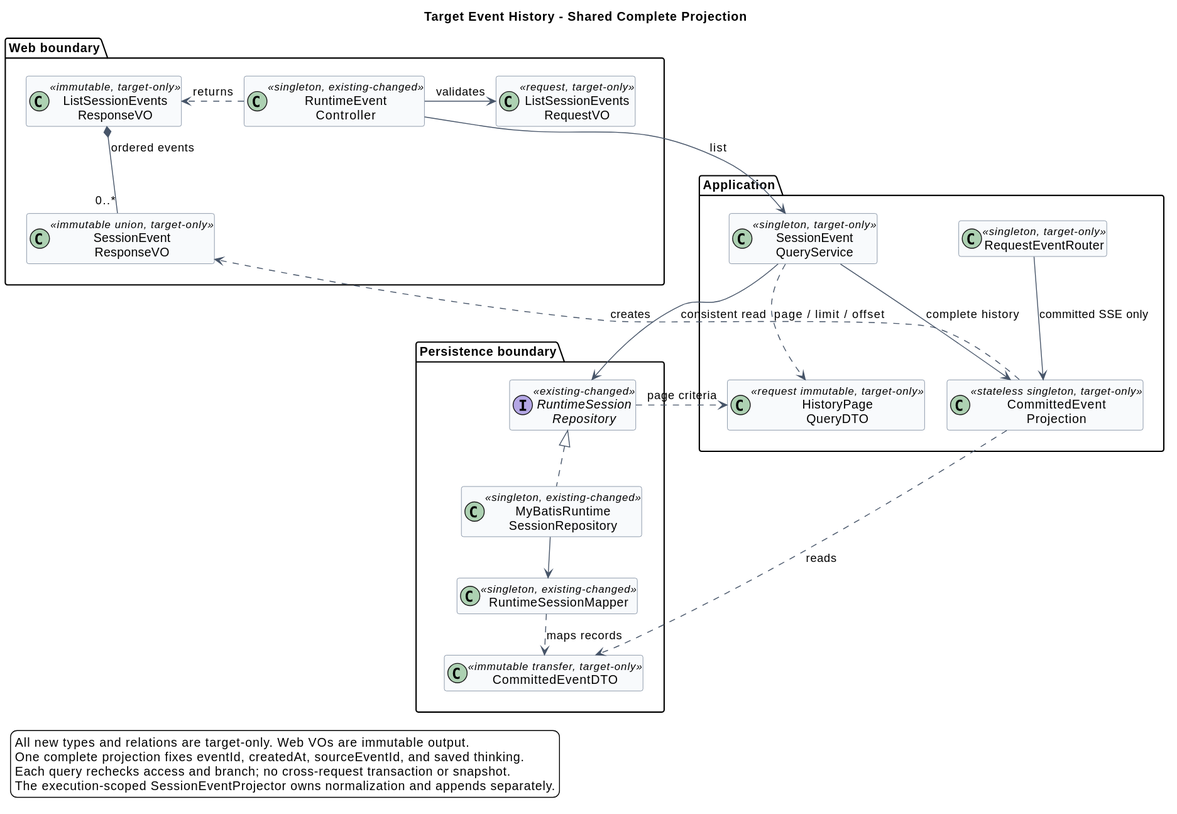
The PlantUML diagram 01-总体架构/01-CampusClaw多Agent运行时/设计图/事件历史查询/target_event_history_classes.svg in ssm0808/pi-mono-java-design, before a commit.
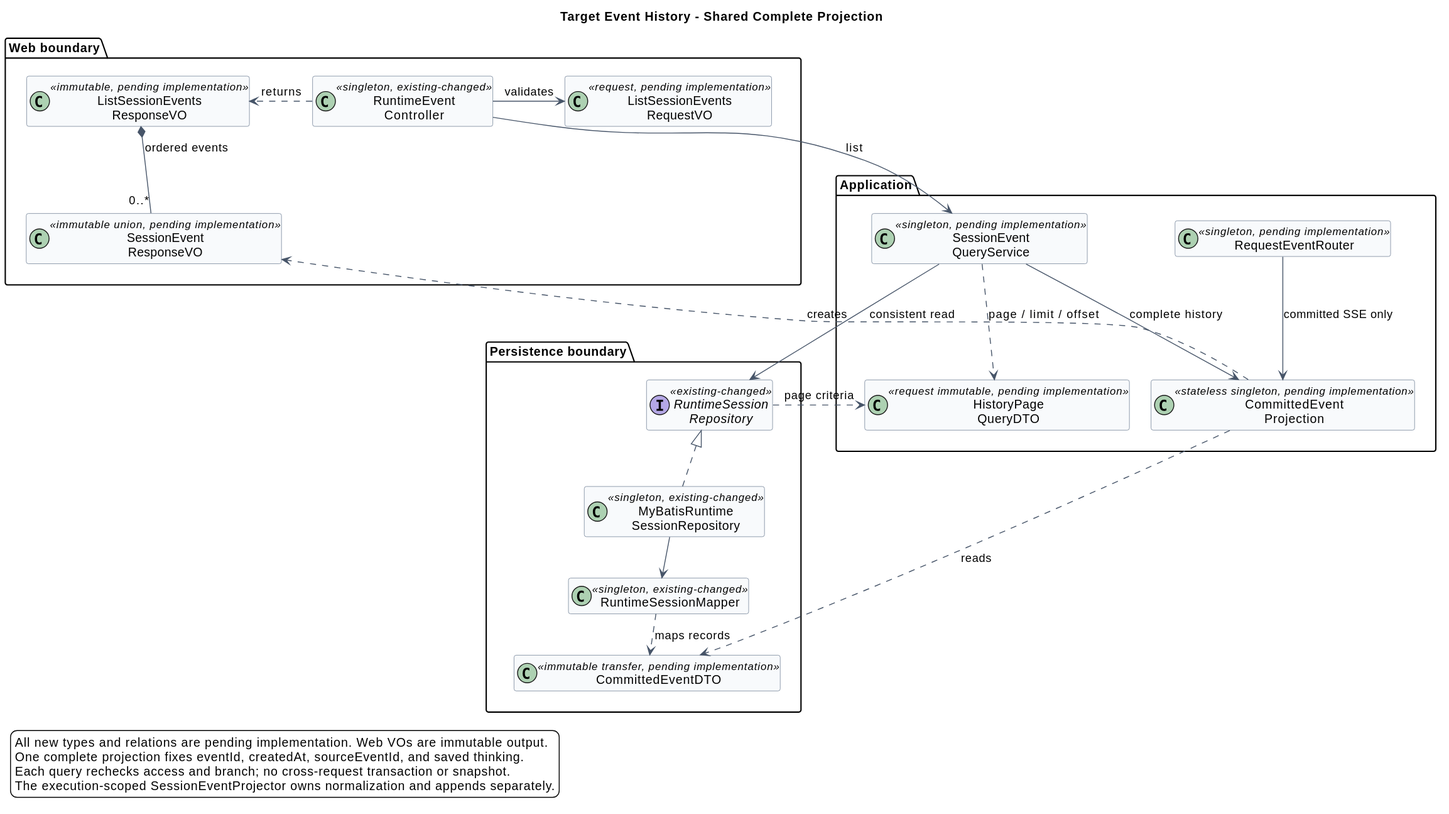
The same file after the commit.

Change to the diagram source:
```diff
@@ -14,20 +14,20 @@
 
 package "Web boundary" as WEB {
   class "RuntimeEvent\nController" as RuntimeEventController <<singleton, existing-changed>>
-  class "ListSessionEvents\nRequestVO" as ListSessionEventsRequestVO <<request, target-only>>
-  class "ListSessionEvents\nResponseVO" as ListSessionEventsResponseVO <<immutable, target-only>>
-  class "SessionEvent\nResponseVO" as SessionEventResponseVO <<immutable union, target-only>>
+  class "ListSessionEvents\nRequestVO" as ListSessionEventsRequestVO <<request, pending implementation>>
+  class "ListSessionEvents\nResponseVO" as ListSessionEventsResponseVO <<immutable, pending implementation>>
+  class "SessionEvent\nResponseVO" as SessionEventResponseVO <<immutable union, pending implementation>>
 }
 package "Application" as APP {
-  class "SessionEvent\nQueryService" as SessionEventQueryService <<singleton, target-only>>
-  class "HistoryPage\nQueryDTO" as HistoryPageQueryDTO <<request immutable, target-only>>
-  class "CommittedEvent\nProjection" as CommittedEventProjection <<stateless singleton, target-only>>
-  class RequestEventRouter <<singleton, target-only>>
+  class "SessionEvent\nQueryService" as SessionEventQueryService <<singleton, pending implementation>>
+  class "HistoryPage\nQueryDTO" as HistoryPageQueryDTO <<request immutable, pending implementation>>
+  class "CommittedEvent\nProjection" as CommittedEventProjection <<stateless singleton, pending implementation>>
+  class RequestEventRouter <<singleton, pending implementation>>
 }
 package "Persistence boundary" as DB {
   interface "RuntimeSession\nRepository" as RuntimeSessionRepository <<existing-changed>>
   class "MyBatisRuntime\nSessionRepository" as MyBatisRuntimeSessionRepository <<singleton, existing-changed>>
-  class CommittedEventDTO <<immutable transfer, target-only>>
+  class CommittedEventDTO <<immutable transfer, pending implementation>>
   class RuntimeSessionMapper <<singleton, existing-changed>>
 }
 RuntimeEventController -[norank]-> ListSessionEventsRequestVO : validates
@@ -48,7 +48,7 @@
 RuntimeSessionRepository ..> HistoryPageQueryDTO : page criteria
 
 legend bottom left
-All new types and relations are target-only. Web VOs are immutable output.
+All new types and relations are pending implementation. Web VOs are immutable output.
 One complete projection fixes eventId, createdAt, sourceEventId, and saved thinking.
 Each query rechecks access and branch; no cross-request transaction or snapshot.
 The execution-scoped SessionEventProjector owns normalization and appends separately.
```
